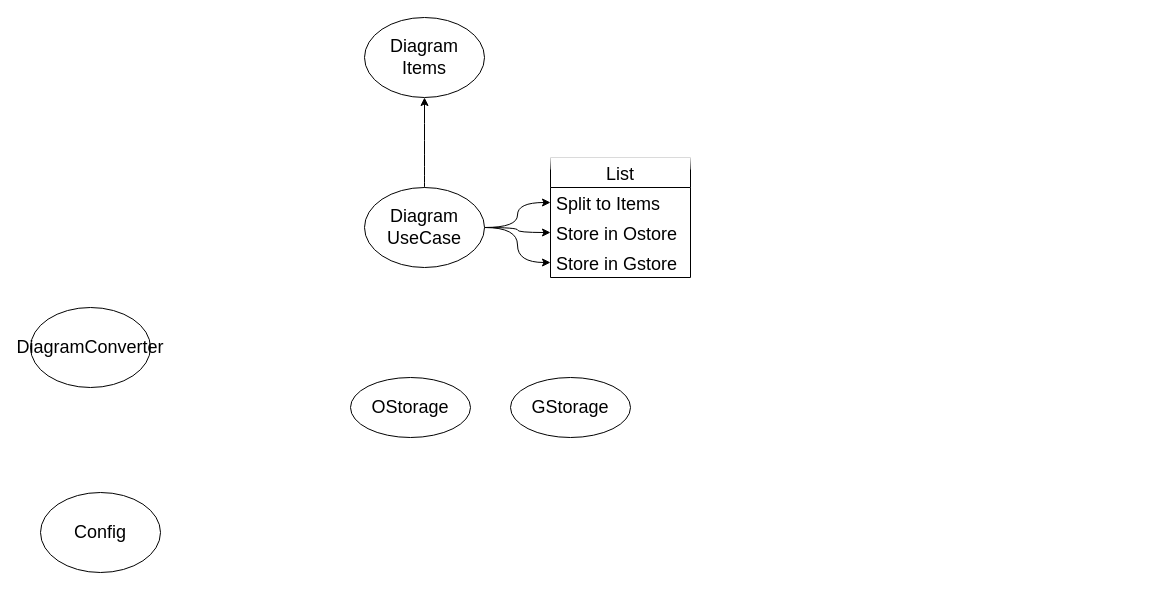
aemakeye/circuit_calculator keeps this draw.io diagram as page "Page-2" (2 of 2) of Diagrams/Diagram_upload_flow.drawio. Above is the earlier version. Source tidied: cells renumbered, new cells numbered last; positions are measured from the earlier drawing's top-left corner, leaving out a move shared by most shapes. Both pictures are drawn from the tidied source at 100%, with x=0, y=0 at pixel (30, 17).
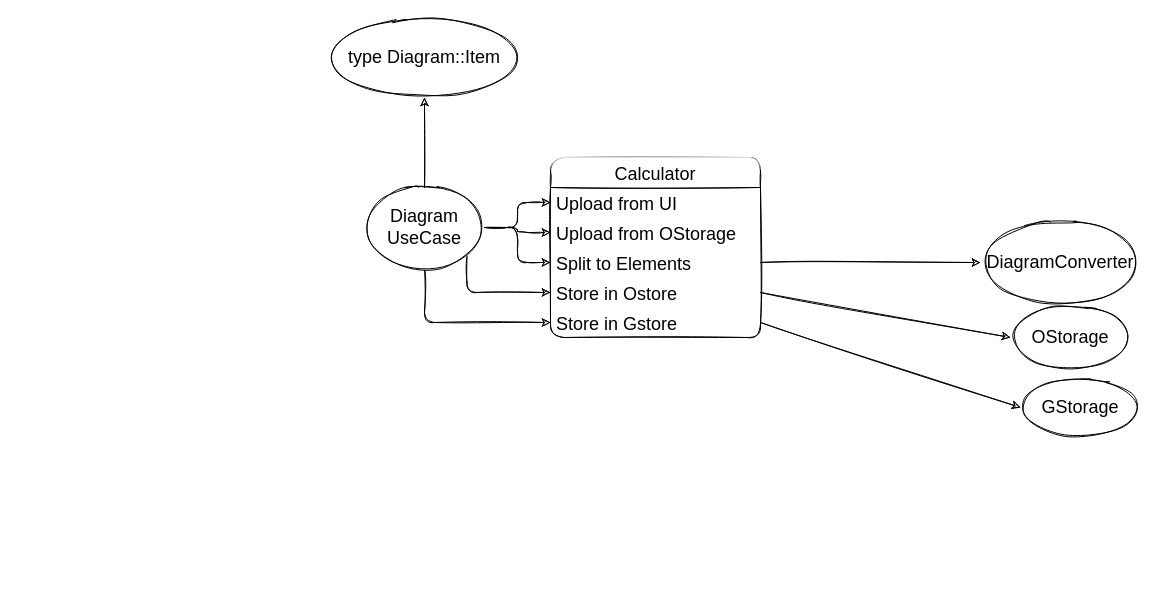
After the change.

Commit message (it also covers changes not shown here):
ReadInDiagram reworked to work over channel of elements

What changed in the source:
```diff
@@
-    <mxCell id="2" value="DiagramConverter" style="ellipse;whiteSpace=wrap;html=1;glass=1;fontSize=18;" parent="1" vertex="1">
-      <mxGeometry y="290" width="120" height="80" as="geometry" />
+    <mxCell id="2" value="DiagramConverter" style="ellipse;whiteSpace=wrap;html=1;glass=1;fontSize=18;sketch=1;rounded=1;" parent="1" vertex="1">
+      <mxGeometry x="950" y="205" width="160" height="80" as="geometry" />
     </mxCell>
-    <mxCell id="3" value="OStorage" style="ellipse;whiteSpace=wrap;html=1;fontSize=18;glass=1;" parent="1" vertex="1">
-      <mxGeometry x="320" y="360" width="120" height="60" as="geometry" />
+    <mxCell id="3" value="OStorage" style="ellipse;whiteSpace=wrap;html=1;fontSize=18;glass=1;sketch=1;rounded=1;" parent="1" vertex="1">
+      <mxGeometry x="980" y="290" width="120" height="60" as="geometry" />
     </mxCell>
-    <mxCell id="4" value="GStorage" style="ellipse;whiteSpace=wrap;html=1;fontSize=18;glass=1;" parent="1" vertex="1">
-      <mxGeometry x="480" y="360" width="120" height="60" as="geometry" />
+    <mxCell id="4" value="GStorage" style="ellipse;whiteSpace=wrap;html=1;fontSize=18;glass=1;sketch=1;rounded=1;" parent="1" vertex="1">
+      <mxGeometry x="990" y="360" width="120" height="60" as="geometry" />
     </mxCell>
-    <mxCell id="5" value="Diagram&lt;br&gt;Items" style="ellipse;whiteSpace=wrap;html=1;glass=1;fontSize=18;" parent="1" vertex="1">
-      <mxGeometry x="334" width="120" height="80" as="geometry" />
+    <mxCell id="5" value="type Diagram::Item" style="ellipse;whiteSpace=wrap;html=1;glass=1;fontSize=18;sketch=1;rounded=1;" parent="1" vertex="1">
+      <mxGeometry x="296" width="196" height="80" as="geometry" />
     </mxCell>
-    <mxCell id="6" value="Config" style="ellipse;whiteSpace=wrap;html=1;glass=1;fontSize=18;" parent="1" vertex="1">
-      <mxGeometry x="10" y="475" width="120" height="80" as="geometry" />
-    </mxCell>
-    <mxCell id="7" style="edgeStyle=orthogonalEdgeStyle;curved=1;rounded=0;jettySize=auto;html=1;fontSize=18;entryX=0;entryY=0.5;entryDx=0;entryDy=0;" parent="1" edge="1" source="10" target="14">
+    <mxCell id="7" style="edgeStyle=orthogonalEdgeStyle;rounded=1;jettySize=auto;html=1;fontSize=18;entryX=0;entryY=0.5;entryDx=0;entryDy=0;exitX=1;exitY=1;exitDx=0;exitDy=0;sketch=1;" parent="1" edge="1" source="10" target="14">
       <mxGeometry relative="1" as="geometry" />
     </mxCell>
-    <mxCell id="8" style="edgeStyle=orthogonalEdgeStyle;curved=1;rounded=0;jettySize=auto;html=1;fontSize=18;entryX=0;entryY=0.5;entryDx=0;entryDy=0;" parent="1" edge="1" source="10" target="13">
+    <mxCell id="8" style="edgeStyle=orthogonalEdgeStyle;rounded=1;jettySize=auto;html=1;fontSize=18;entryX=0;entryY=0.5;entryDx=0;entryDy=0;sketch=1;" parent="1" edge="1" source="10" target="13">
       <mxGeometry relative="1" as="geometry" />
     </mxCell>
-    <mxCell id="9" style="edgeStyle=orthogonalEdgeStyle;curved=1;rounded=0;jettySize=auto;html=1;fontSize=18;" parent="1" edge="1" source="10" target="15">
+    <mxCell id="9" style="edgeStyle=orthogonalEdgeStyle;rounded=1;jettySize=auto;html=1;fontSize=18;sketch=1;" parent="1" edge="1" source="10" target="15">
       <mxGeometry relative="1" as="geometry" />
     </mxCell>
+    <mxCell id="16" style="edgeStyle=orthogonalEdgeStyle;rounded=1;jettySize=auto;html=1;fontSize=18;entryX=0;entryY=0.5;entryDx=0;entryDy=0;sketch=1;" parent="1" edge="1" source="10" target="19">
+      <mxGeometry relative="1" as="geometry" />
+    </mxCell>
+    <mxCell id="17" style="edgeStyle=orthogonalEdgeStyle;rounded=1;jettySize=auto;html=1;fontSize=18;entryX=0;entryY=0.5;entryDx=0;entryDy=0;sketch=1;" parent="1" edge="1" source="10" target="18">
+      <mxGeometry relative="1" as="geometry" />
+    </mxCell>
-    <mxCell id="10" value="Diagram&lt;br&gt;UseCase" style="ellipse;whiteSpace=wrap;html=1;glass=1;fontSize=18;" parent="1" vertex="1">
+    <mxCell id="10" value="Diagram&lt;br&gt;UseCase" style="ellipse;whiteSpace=wrap;html=1;glass=1;fontSize=18;sketch=1;rounded=1;" parent="1" vertex="1">
       <mxGeometry x="334" y="170" width="120" height="80" as="geometry" />
     </mxCell>
-    <mxCell id="11" style="endArrow=classic;html=1;rounded=0;fontSize=18;curved=1;entryX=0.5;entryY=1;entryDx=0;entryDy=0;exitX=0.5;exitY=0;exitDx=0;exitDy=0;" parent="1" edge="1" source="10" target="5">
+    <mxCell id="11" style="endArrow=classic;html=1;rounded=1;fontSize=18;entryX=0.5;entryY=1;entryDx=0;entryDy=0;exitX=0.5;exitY=0;exitDx=0;exitDy=0;sketch=1;" parent="1" edge="1" source="10" target="5">
       <mxGeometry relative="1" as="geometry" />
     </mxCell>
-    <mxCell id="12" value="List" style="swimlane;fontStyle=0;horizontal=1;startSize=30;glass=1;fontSize=18;" parent="1" vertex="1">
-      <mxGeometry x="520" y="140" width="140" height="120" as="geometry" />
+    <mxCell id="12" value="Calculator" style="swimlane;fontStyle=0;horizontal=1;startSize=30;glass=1;fontSize=18;sketch=1;rounded=1;" parent="1" vertex="1">
+      <mxGeometry x="520" y="140" width="210" height="180" as="geometry" />
     </mxCell>
+    <mxCell id="18" value="Upload from UI" style="text;strokeColor=none;fillColor=none;align=left;verticalAlign=middle;spacingLeft=4;spacingRight=4;overflow=hidden;points=[[0,0.5],[1,0.5]];portConstraint=eastwest;glass=1;fontSize=18;sketch=1;rounded=1;" parent="12" vertex="1">
+      <mxGeometry y="30" width="210" height="30" as="geometry" />
+    </mxCell>
+    <mxCell id="19" value="Upload from OStorage" style="text;strokeColor=none;fillColor=none;align=left;verticalAlign=middle;spacingLeft=4;spacingRight=4;overflow=hidden;points=[[0,0.5],[1,0.5]];portConstraint=eastwest;glass=1;fontSize=18;sketch=1;rounded=1;" parent="12" vertex="1">
+      <mxGeometry y="60" width="210" height="30" as="geometry" />
+    </mxCell>
-    <mxCell id="13" value="Split to Items" style="text;strokeColor=none;fillColor=none;align=left;verticalAlign=middle;spacingLeft=4;spacingRight=4;overflow=hidden;points=[[0,0.5],[1,0.5]];portConstraint=eastwest;glass=1;fontSize=18;" parent="12" vertex="1">
-      <mxGeometry y="30" width="140" height="30" as="geometry" />
+    <mxCell id="13" value="Split to Elements" style="text;strokeColor=none;fillColor=none;align=left;verticalAlign=middle;spacingLeft=4;spacingRight=4;overflow=hidden;points=[[0,0.5],[1,0.5]];portConstraint=eastwest;glass=1;fontSize=18;sketch=1;rounded=1;" parent="12" vertex="1">
+      <mxGeometry y="90" width="210" height="30" as="geometry" />
     </mxCell>
-    <mxCell id="14" value="Store in Ostore" style="text;strokeColor=none;fillColor=none;align=left;verticalAlign=middle;spacingLeft=4;spacingRight=4;overflow=hidden;points=[[0,0.5],[1,0.5]];portConstraint=eastwest;glass=1;fontSize=18;" parent="12" vertex="1">
-      <mxGeometry y="60" width="140" height="30" as="geometry" />
+    <mxCell id="14" value="Store in Ostore" style="text;strokeColor=none;fillColor=none;align=left;verticalAlign=middle;spacingLeft=4;spacingRight=4;overflow=hidden;points=[[0,0.5],[1,0.5]];portConstraint=eastwest;glass=1;fontSize=18;sketch=1;rounded=1;" parent="12" vertex="1">
+      <mxGeometry y="120" width="210" height="30" as="geometry" />
     </mxCell>
-    <mxCell id="15" value="Store in Gstore" style="text;strokeColor=none;fillColor=none;align=left;verticalAlign=middle;spacingLeft=4;spacingRight=4;overflow=hidden;points=[[0,0.5],[1,0.5]];portConstraint=eastwest;glass=1;fontSize=18;" parent="12" vertex="1">
-      <mxGeometry y="90" width="140" height="30" as="geometry" />
+    <mxCell id="15" value="Store in Gstore" style="text;strokeColor=none;fillColor=none;align=left;verticalAlign=middle;spacingLeft=4;spacingRight=4;overflow=hidden;points=[[0,0.5],[1,0.5]];portConstraint=eastwest;glass=1;fontSize=18;sketch=1;rounded=1;" parent="12" vertex="1">
+      <mxGeometry y="150" width="210" height="30" as="geometry" />
     </mxCell>
+    <mxCell id="20" style="endArrow=classic;html=1;rounded=1;fontSize=18;entryX=0;entryY=0.5;entryDx=0;entryDy=0;sketch=1;" parent="1" edge="1" source="13" target="2">
+      <mxGeometry relative="1" as="geometry" />
+    </mxCell>
+    <mxCell id="21" style="endArrow=classic;html=1;rounded=1;fontSize=18;entryX=0;entryY=0.5;entryDx=0;entryDy=0;exitX=1;exitY=0.5;exitDx=0;exitDy=0;sketch=1;" parent="1" edge="1" source="15" target="4">
+      <mxGeometry relative="1" as="geometry" />
+    </mxCell>
+    <mxCell id="22" style="endArrow=classic;html=1;rounded=1;sketch=1;fontSize=18;exitX=1;exitY=0.5;exitDx=0;exitDy=0;entryX=0;entryY=0.5;entryDx=0;entryDy=0;" parent="1" edge="1" source="14" target="3">
+      <mxGeometry relative="1" as="geometry" />
+    </mxCell>
```
